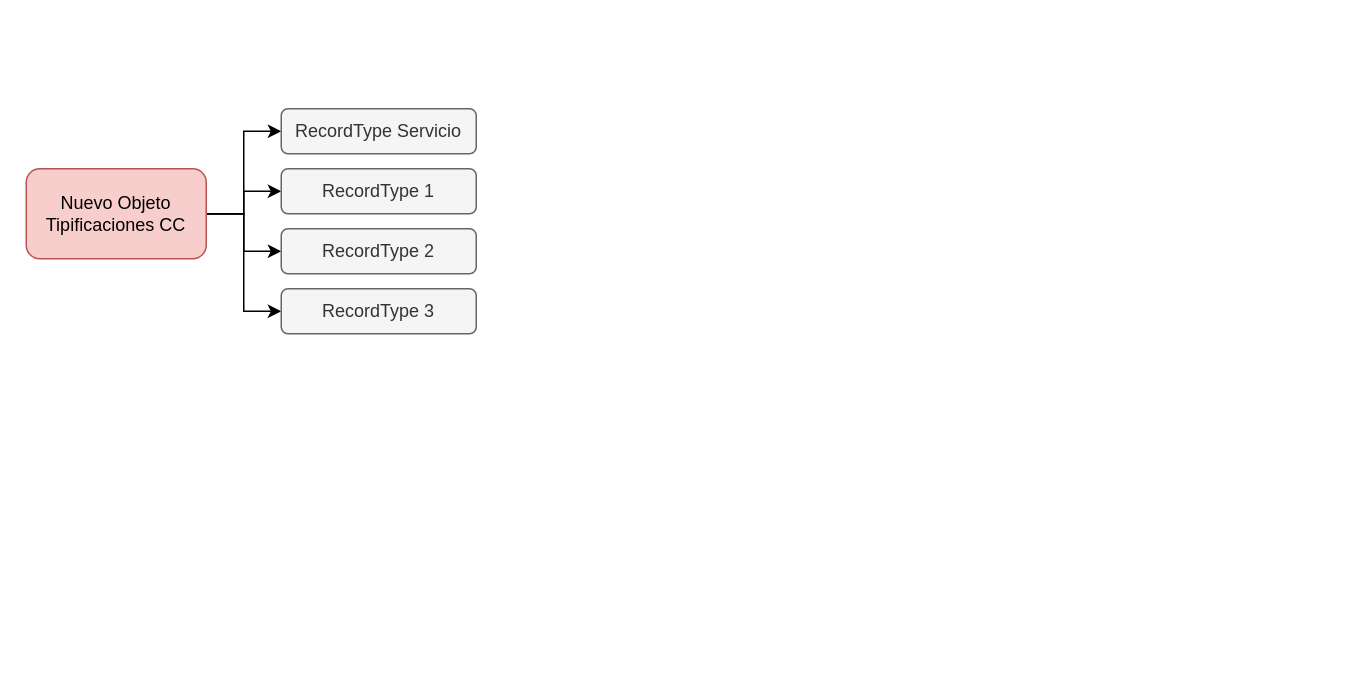
Above: page "Página-1" (1 of 2) of Modelo Tipificaciones.drawio in nonate/personalProject (draw.io), before the change. Source tidied: cells renumbered, new cells numbered last; positions are measured from the earlier drawing's top-left corner, leaving out a move shared by most shapes. Both pictures are drawn from the tidied source at 150%, with x=0, y=0 at pixel (26, 108).
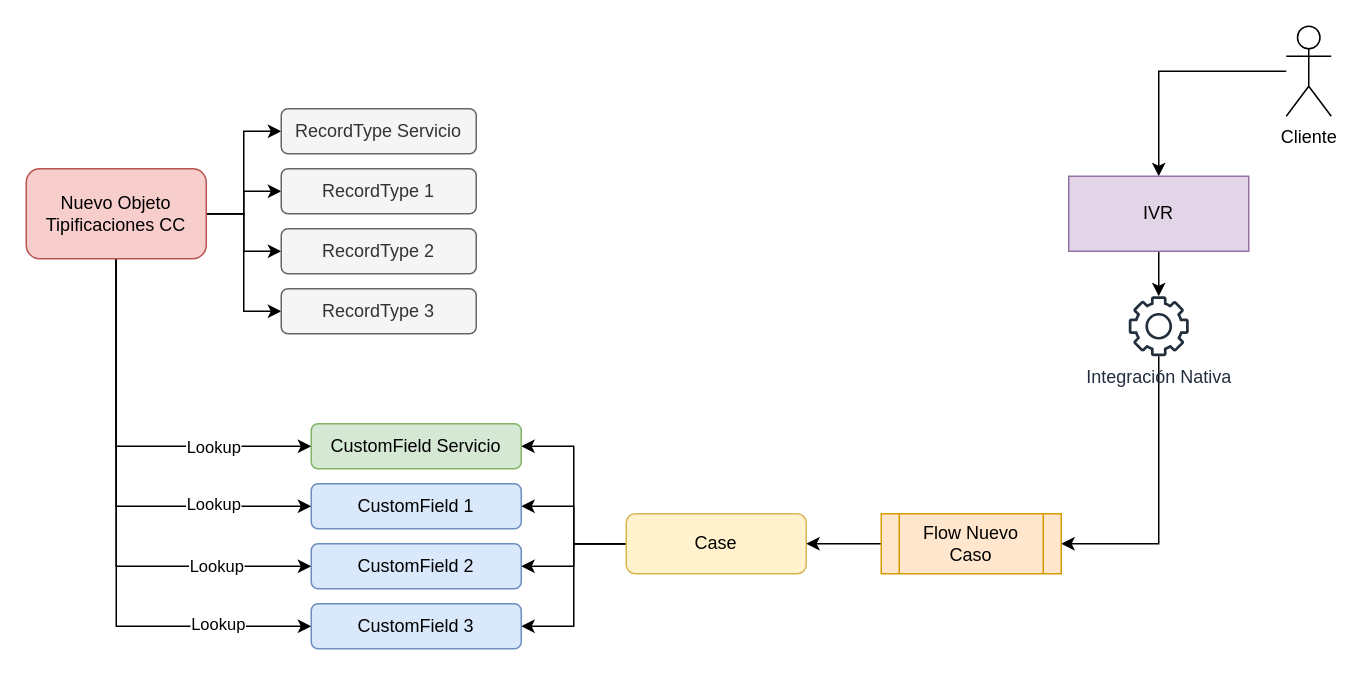
After the change.

Unchanged cells that the change refers to:
```xml
<mxCell id="6" value="Nuevo Objeto Tipificaciones CC" style="rounded=1;whiteSpace=wrap;html=1;fillColor=#f8cecc;strokeColor=#b85450;" parent="1" vertex="1">
  <mxGeometry y="40" width="120" height="60" as="geometry" />
</mxCell>
```

Diff of the diagram source:
```diff
@@
+    <mxCell id="11" style="edgeStyle=orthogonalEdgeStyle;rounded=0;jettySize=auto;html=1;entryX=0;entryY=0.5;entryDx=0;entryDy=0;" parent="1" edge="1" source="6" target="24">
+      <mxGeometry relative="1" as="geometry">
+        <Array as="points">
+          <mxPoint x="60" y="225" />
+        </Array>
+      </mxGeometry>
+    </mxCell>
+    <mxCell id="12" value="Lookup" style="edgeLabel;html=1;align=center;verticalAlign=middle;" parent="11" vertex="1">
+      <mxGeometry x="0.54" relative="1" as="geometry">
+        <mxPoint x="-7" as="offset" />
+      </mxGeometry>
+    </mxCell>
+    <mxCell id="13" style="edgeStyle=orthogonalEdgeStyle;rounded=0;jettySize=auto;html=1;entryX=0;entryY=0.5;entryDx=0;entryDy=0;" parent="1" edge="1" source="6" target="25">
+      <mxGeometry relative="1" as="geometry">
+        <Array as="points">
+          <mxPoint x="60" y="265" />
+        </Array>
+      </mxGeometry>
+    </mxCell>
+    <mxCell id="14" value="Lookup" style="edgeLabel;html=1;align=center;verticalAlign=middle;" parent="13" vertex="1">
+      <mxGeometry x="0.55" y="2" relative="1" as="geometry" />
+    </mxCell>
+    <mxCell id="15" style="edgeStyle=orthogonalEdgeStyle;rounded=0;jettySize=auto;html=1;" parent="1" edge="1" source="6" target="26">
+      <mxGeometry relative="1" as="geometry">
+        <Array as="points">
+          <mxPoint x="60" y="305" />
+        </Array>
+      </mxGeometry>
+    </mxCell>
+    <mxCell id="16" value="Lookup" style="edgeLabel;html=1;align=center;verticalAlign=middle;" parent="15" vertex="1">
+      <mxGeometry x="0.62" y="1" relative="1" as="geometry" />
+    </mxCell>
+    <mxCell id="17" style="edgeStyle=orthogonalEdgeStyle;rounded=0;jettySize=auto;html=1;" parent="1" edge="1" source="6" target="27">
+      <mxGeometry relative="1" as="geometry">
+        <Array as="points">
+          <mxPoint x="60" y="345" />
+        </Array>
+      </mxGeometry>
+    </mxCell>
+    <mxCell id="18" value="Lookup" style="edgeLabel;html=1;align=center;verticalAlign=middle;" parent="17" vertex="1">
+      <mxGeometry x="0.68" y="2" relative="1" as="geometry">
+        <mxPoint x="-3" as="offset" />
+      </mxGeometry>
+    </mxCell>
@@
+    <mxCell id="19" style="edgeStyle=orthogonalEdgeStyle;rounded=0;jettySize=auto;html=1;entryX=1;entryY=0.5;entryDx=0;entryDy=0;" parent="1" edge="1" source="23" target="24">
+      <mxGeometry relative="1" as="geometry" />
+    </mxCell>
+    <mxCell id="20" style="edgeStyle=orthogonalEdgeStyle;rounded=0;jettySize=auto;html=1;entryX=1;entryY=0.5;entryDx=0;entryDy=0;" parent="1" edge="1" source="23" target="25">
+      <mxGeometry relative="1" as="geometry" />
+    </mxCell>
+    <mxCell id="21" style="edgeStyle=orthogonalEdgeStyle;rounded=0;jettySize=auto;html=1;entryX=1;entryY=0.5;entryDx=0;entryDy=0;" parent="1" edge="1" source="23" target="26">
+      <mxGeometry relative="1" as="geometry" />
+    </mxCell>
+    <mxCell id="22" style="edgeStyle=orthogonalEdgeStyle;rounded=0;jettySize=auto;html=1;entryX=1;entryY=0.5;entryDx=0;entryDy=0;" parent="1" edge="1" source="23" target="27">
+      <mxGeometry relative="1" as="geometry" />
+    </mxCell>
+    <mxCell id="23" value="Case" style="rounded=1;whiteSpace=wrap;html=1;fillColor=#fff2cc;strokeColor=#d6b656;" parent="1" vertex="1">
+      <mxGeometry x="400" y="270" width="120" height="40" as="geometry" />
+    </mxCell>
+    <mxCell id="24" value="CustomField Servicio" style="whiteSpace=wrap;html=1;fillColor=#d5e8d4;strokeColor=#82b366;rounded=1;" parent="1" vertex="1">
+      <mxGeometry x="190" y="210" width="140" height="30" as="geometry" />
+    </mxCell>
+    <mxCell id="25" value="CustomField 1" style="whiteSpace=wrap;html=1;fillColor=#dae8fc;strokeColor=#6c8ebf;rounded=1;" parent="1" vertex="1">
+      <mxGeometry x="190" y="250" width="140" height="30" as="geometry" />
+    </mxCell>
+    <mxCell id="26" value="CustomField 2" style="whiteSpace=wrap;html=1;fillColor=#dae8fc;strokeColor=#6c8ebf;rounded=1;" parent="1" vertex="1">
+      <mxGeometry x="190" y="290" width="140" height="30" as="geometry" />
+    </mxCell>
+    <mxCell id="27" value="CustomField 3" style="whiteSpace=wrap;html=1;fillColor=#dae8fc;strokeColor=#6c8ebf;rounded=1;" parent="1" vertex="1">
+      <mxGeometry x="190" y="330" width="140" height="30" as="geometry" />
+    </mxCell>
+    <mxCell id="28" style="edgeStyle=orthogonalEdgeStyle;rounded=0;jettySize=auto;html=1;entryX=0.5;entryY=0;entryDx=0;entryDy=0;" parent="1" edge="1" source="29" target="31">
+      <mxGeometry relative="1" as="geometry" />
+    </mxCell>
+    <mxCell id="29" value="Cliente" style="shape=umlActor;verticalLabelPosition=bottom;verticalAlign=top;html=1;outlineConnect=0;" parent="1" vertex="1">
+      <mxGeometry x="840" y="-55" width="30" height="60" as="geometry" />
+    </mxCell>
+    <mxCell id="30" style="edgeStyle=orthogonalEdgeStyle;rounded=0;jettySize=auto;html=1;" parent="1" edge="1" source="31" target="33">
+      <mxGeometry relative="1" as="geometry" />
+    </mxCell>
+    <mxCell id="31" value="IVR" style="rounded=0;whiteSpace=wrap;html=1;fillColor=#e1d5e7;strokeColor=#9673a6;" parent="1" vertex="1">
+      <mxGeometry x="695" y="45" width="120" height="50" as="geometry" />
+    </mxCell>
+    <mxCell id="32" style="edgeStyle=orthogonalEdgeStyle;rounded=0;jettySize=auto;html=1;entryX=1;entryY=0.5;entryDx=0;entryDy=0;" parent="1" edge="1" source="33" target="35">
+      <mxGeometry relative="1" as="geometry">
+        <Array as="points">
+          <mxPoint x="755" y="290" />
+        </Array>
+      </mxGeometry>
+    </mxCell>
+    <mxCell id="33" value="Integración Nativa" style="sketch=0;outlineConnect=0;fontColor=#232F3E;gradientColor=none;fillColor=#232F3D;strokeColor=none;dashed=0;verticalLabelPosition=bottom;verticalAlign=top;align=center;html=1;fontSize=12;fontStyle=0;shape=mxgraph.aws4.gear;" parent="1" vertex="1">
+      <mxGeometry x="735" y="125" width="40" height="40" as="geometry" />
+    </mxCell>
+    <mxCell id="34" style="edgeStyle=orthogonalEdgeStyle;rounded=0;jettySize=auto;html=1;entryX=1;entryY=0.5;entryDx=0;entryDy=0;" parent="1" edge="1" source="35" target="23">
+      <mxGeometry relative="1" as="geometry" />
+    </mxCell>
+    <mxCell id="35" value="Flow Nuevo Caso" style="shape=process;whiteSpace=wrap;html=1;backgroundOutline=1;fillColor=#ffe6cc;strokeColor=#d79b00;" parent="1" vertex="1">
+      <mxGeometry x="570" y="270" width="120" height="40" as="geometry" />
+    </mxCell>
```
